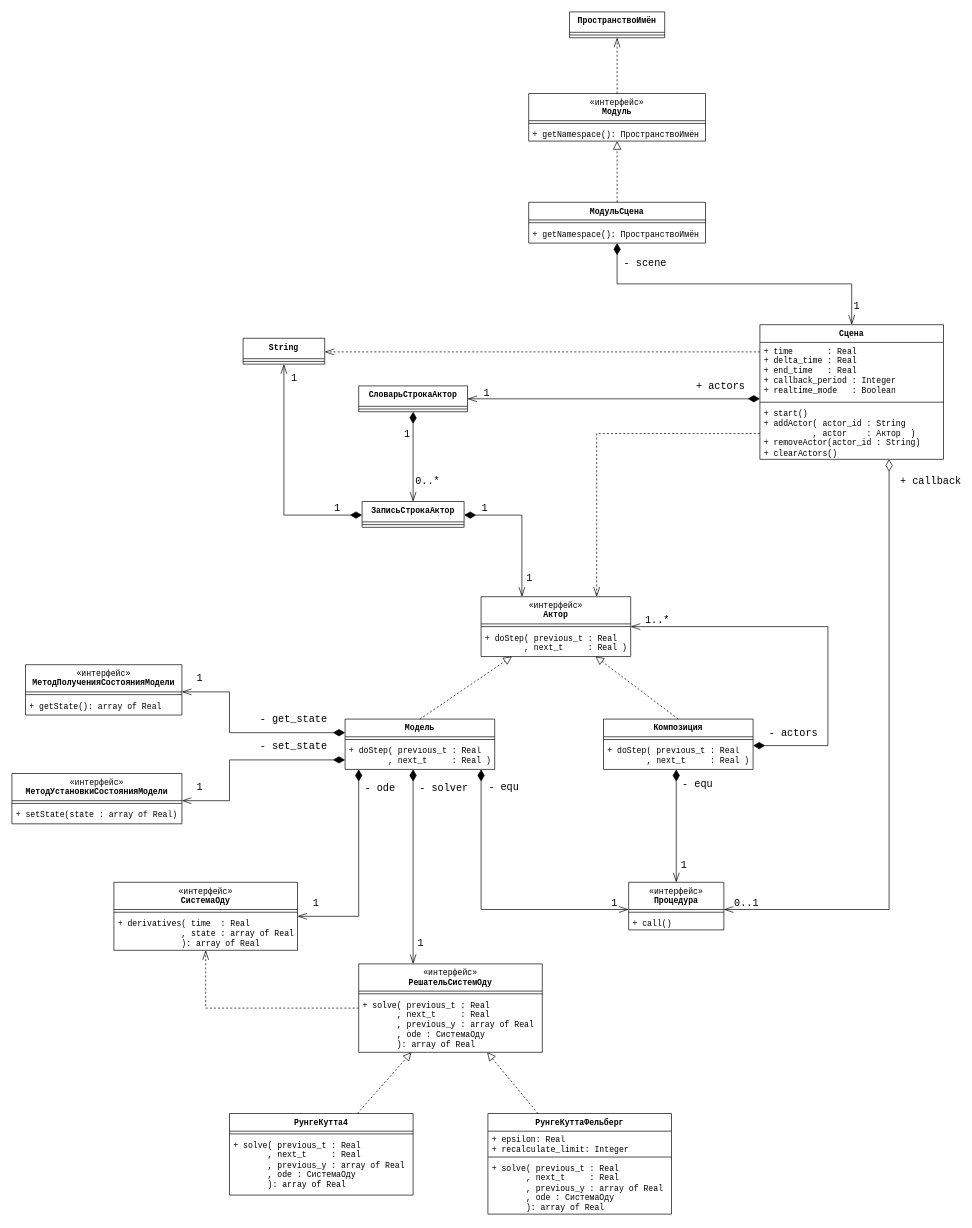
AntonBush/vkrb keeps this draw.io diagram as page "модуль сцены" (1 of 2) of диаграммы классов предметной области.drawio. Above is the earlier version. Source tidied: cells renumbered, new cells numbered last; positions are measured from the earlier drawing's top-left corner, leaving out a move shared by most shapes. Both pictures are drawn from the tidied source at 68%, with x=0, y=0 at pixel (12, 12).
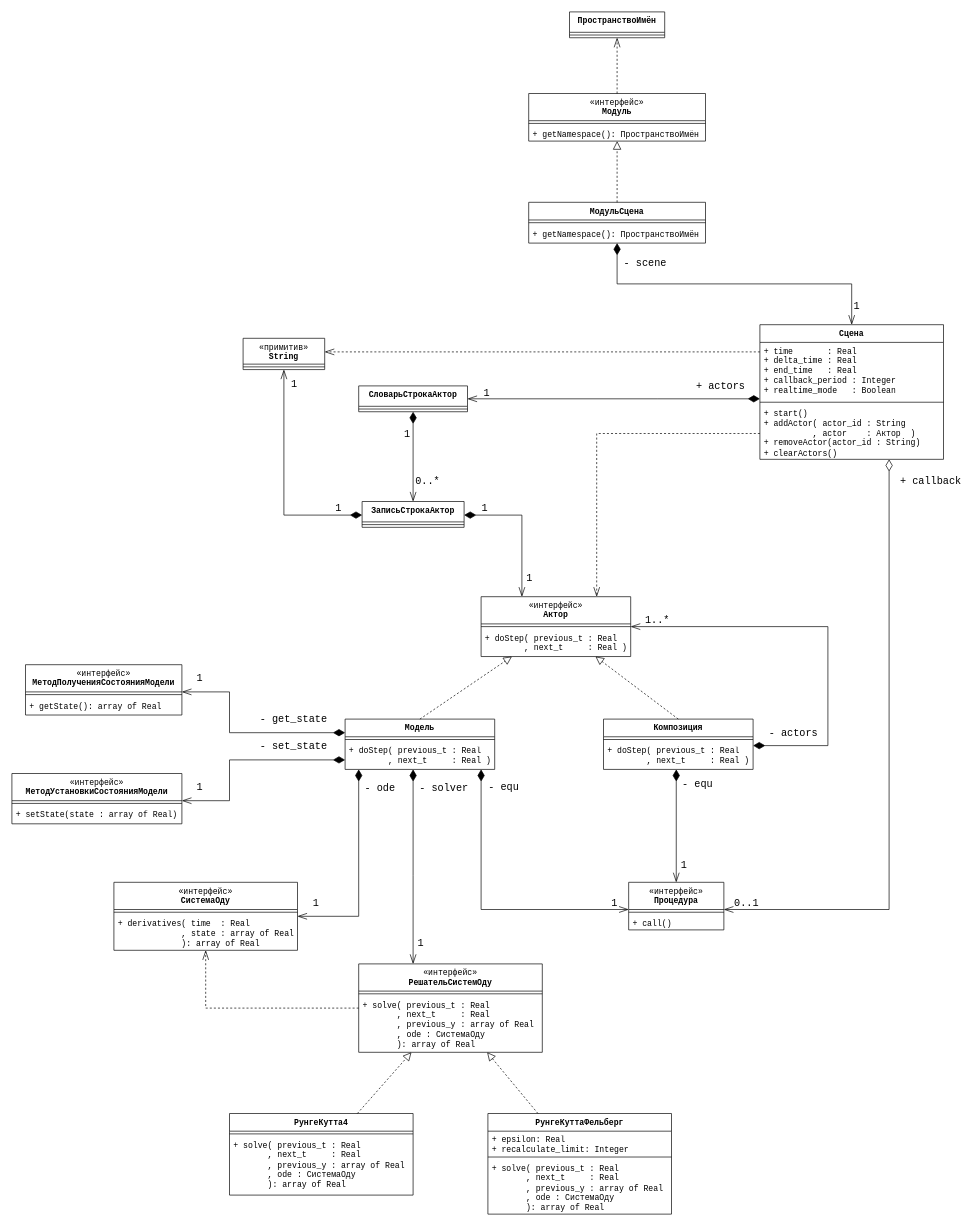
The same page after the edit.

What changed in the source:
```diff
@@
-    <mxCell id="82" value="String" style="swimlane;fontStyle=1;align=center;verticalAlign=top;horizontal=1;startSize=30;whiteSpace=wrap;html=1;fontFamily=Courier New;" parent="1" vertex="1">
-      <mxGeometry x="340" y="480" width="120" height="38" as="geometry" />
+    <mxCell id="82" value="&lt;span style=&quot;font-weight: normal;&quot;&gt;«примитив»&lt;/span&gt;&lt;br&gt;String" style="swimlane;fontStyle=1;align=center;verticalAlign=top;horizontal=1;startSize=38;whiteSpace=wrap;html=1;fontFamily=Courier New;" parent="1" vertex="1">
+      <mxGeometry x="340" y="480" width="120" height="46" as="geometry" />
     </mxCell>
     <mxCell id="83" style="line;strokeWidth=1;fillColor=none;align=left;verticalAlign=middle;spacingTop=-1;spacingLeft=3;spacingRight=3;labelPosition=right;strokeColor=inherit;fontFamily=Courier New;" parent="82" vertex="1">
-      <mxGeometry y="30" width="120" height="8" as="geometry" />
+      <mxGeometry y="38" width="120" height="8" as="geometry" />
     </mxCell>
```
